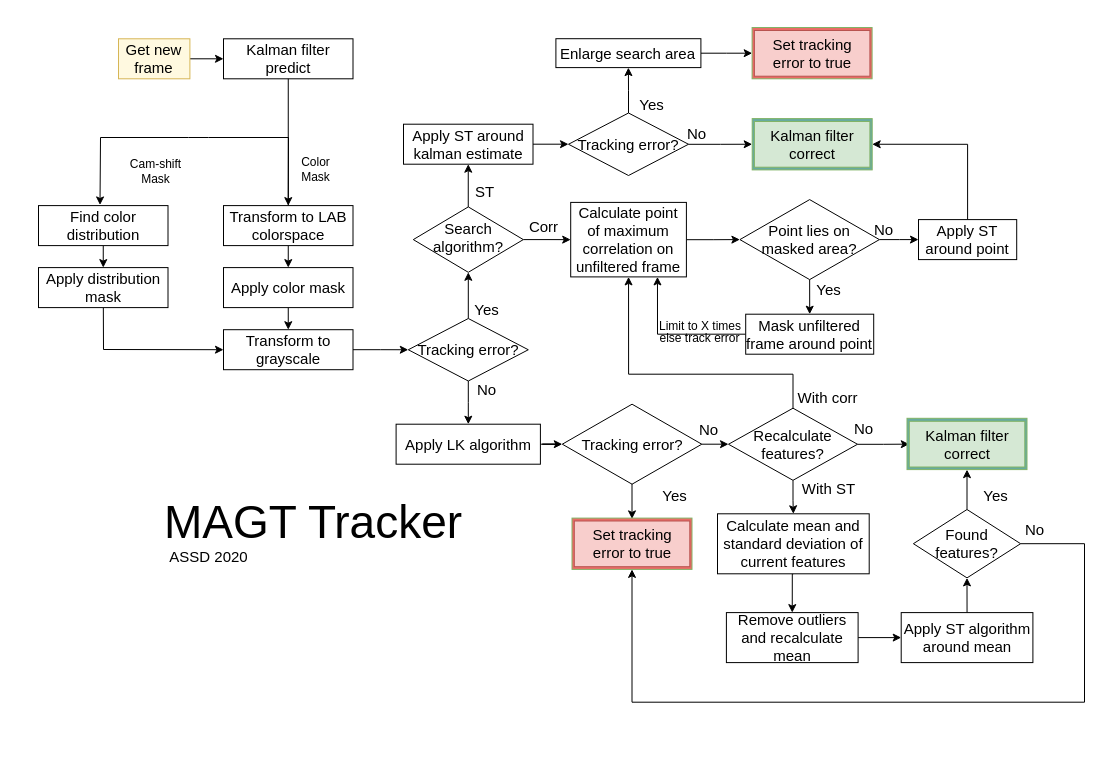
The draw.io diagram Flowchart.drawio in amechu/TP_FINAL_ASSD, before the edit. Source tidied: cells renumbered, new cells numbered last; positions are measured from the earlier drawing's top-left corner, leaving out a move shared by most shapes. Both pictures are drawn from the tidied source at 100%, with x=0, y=0 at pixel (38, 27).
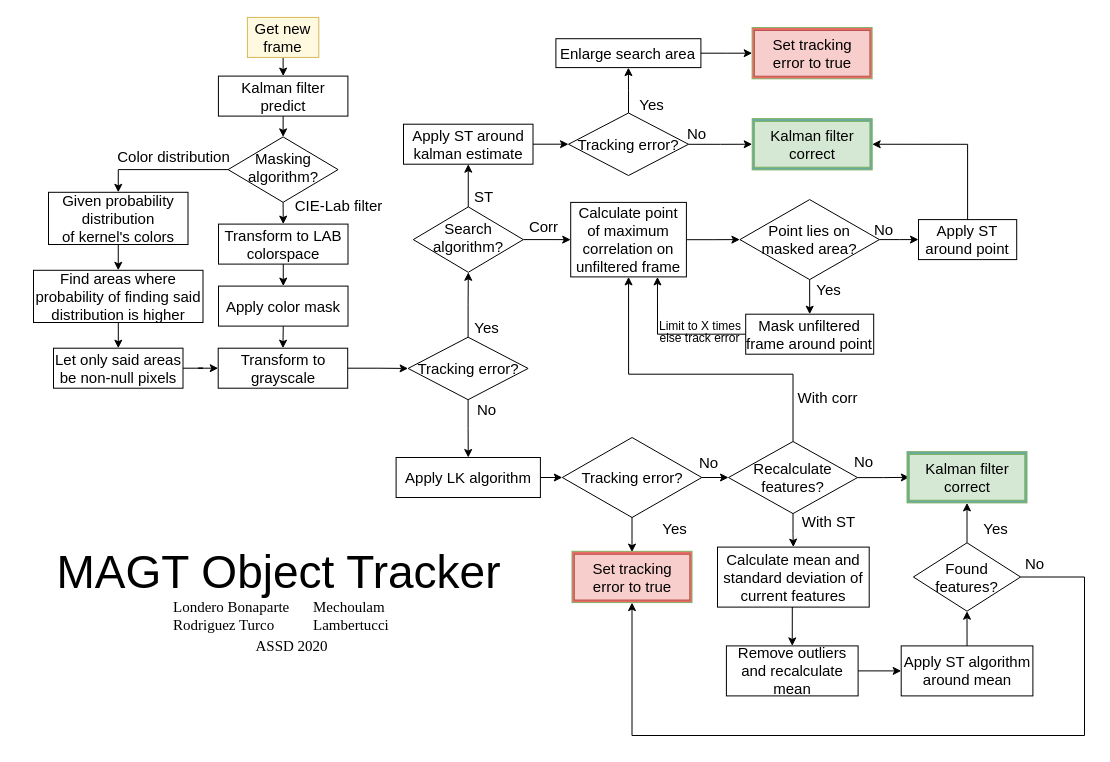
The same page after the edit.

Diff of the diagram source:
```diff
@@
-    <mxCell id="2" value="&lt;span style=&quot;font-size: 46px&quot;&gt;MAGT Tracker&lt;br&gt;&lt;br&gt;&lt;/span&gt;" style="html=1;shape=mxgraph.er.anchor;whiteSpace=wrap;" parent="1" vertex="1">
-      <mxGeometry x="100" y="495.7" width="350" height="54.7" as="geometry" />
+    <mxCell id="2" value="&lt;span style=&quot;font-size: 46px&quot;&gt;MAGT Object Tracker&lt;br&gt;&lt;br&gt;&lt;/span&gt;" style="html=1;shape=mxgraph.er.anchor;whiteSpace=wrap;" parent="1" vertex="1">
+      <mxGeometry x="-20.7" y="545.6" width="522.6" height="54.7" as="geometry" />
     </mxCell>
-    <mxCell id="3" style="edgeStyle=orthogonalEdgeStyle;rounded=0;jettySize=auto;html=1;exitX=1;exitY=0.5;exitDx=0;exitDy=0;entryX=0;entryY=0.5;entryDx=0;entryDy=0;endArrow=classic;endFill=1;fontSize=15;" parent="1" edge="1" source="4" target="10">
+    <mxCell id="3" style="edgeStyle=orthogonalEdgeStyle;rounded=0;jettySize=auto;html=1;exitX=0.5;exitY=1;exitDx=0;exitDy=0;entryX=0.5;entryY=0;entryDx=0;entryDy=0;endArrow=classic;endFill=1;fontSize=15;" parent="1" edge="1" source="4" target="10">
       <mxGeometry relative="1" as="geometry" />
     </mxCell>
     <mxCell id="4" value="Get new frame" style="whiteSpace=wrap;html=1;align=center;fontSize=15;strokeColor=#d6b656;fillColor=#FFF9E0;" parent="1" vertex="1">
-      <mxGeometry x="80" y="11.3" width="71.4" height="40" as="geometry" />
+      <mxGeometry x="208.9" y="-10.1" width="71.4" height="40" as="geometry" />
     </mxCell>
@@
-    <mxCell id="6" style="edgeStyle=none;rounded=0;jettySize=auto;html=1;exitX=0.5;exitY=0;exitDx=0;exitDy=0;entryX=0.475;entryY=-0.016;entryDx=0;entryDy=0;entryPerimeter=0;" parent="1" edge="1" source="7" target="82">
-      <mxGeometry relative="1" as="geometry">
-        <Array as="points">
-          <mxPoint x="250" y="110" />
-          <mxPoint x="170" y="110" />
-          <mxPoint x="150" y="110" />
-          <mxPoint x="62" y="110" />
-        </Array>
-      </mxGeometry>
-    </mxCell>
     <mxCell id="7" value="Transform to LAB colorspace" style="whiteSpace=wrap;html=1;align=center;fontSize=15;" parent="1" vertex="1">
-      <mxGeometry x="185" y="178.1" width="129.5" height="40" as="geometry" />
+      <mxGeometry x="180" y="196.6" width="129.5" height="40" as="geometry" />
     </mxCell>
-    <mxCell id="8" style="edgeStyle=orthogonalEdgeStyle;rounded=0;jettySize=auto;html=1;exitX=0.5;exitY=1;exitDx=0;exitDy=0;entryX=0.5;entryY=0;entryDx=0;entryDy=0;" parent="1" edge="1" source="9" target="12">
+    <mxCell id="8" style="edgeStyle=orthogonalEdgeStyle;rounded=0;jettySize=auto;html=1;exitX=0.5;exitY=1;exitDx=0;exitDy=0;entryX=0.5;entryY=0;entryDx=0;entryDy=0;endArrow=classic;endFill=1;" parent="1" edge="1" source="9" target="12">
       <mxGeometry relative="1" as="geometry" />
     </mxCell>
     <mxCell id="9" value="Apply color mask" style="whiteSpace=wrap;html=1;align=center;fontSize=15;" parent="1" vertex="1">
-      <mxGeometry x="185" y="240.1" width="129.5" height="40" as="geometry" />
+      <mxGeometry x="180" y="258.6" width="129.5" height="40" as="geometry" />
     </mxCell>
+    <mxCell id="88" style="edgeStyle=orthogonalEdgeStyle;rounded=0;jettySize=auto;html=1;exitX=0.5;exitY=1;exitDx=0;exitDy=0;entryX=0.5;entryY=0;entryDx=0;entryDy=0;" parent="1" edge="1" source="10" target="91">
+      <mxGeometry relative="1" as="geometry" />
+    </mxCell>
     <mxCell id="10" value="Kalman filter predict" style="whiteSpace=wrap;html=1;align=center;fontSize=15;" parent="1" vertex="1">
-      <mxGeometry x="185" y="11.3" width="129.5" height="40" as="geometry" />
+      <mxGeometry x="179.9" y="48.6" width="129.5" height="40" as="geometry" />
     </mxCell>
@@
     <mxCell id="12" value="Transform to grayscale" style="whiteSpace=wrap;html=1;align=center;fontSize=15;" parent="1" vertex="1">
-      <mxGeometry x="185" y="302.2" width="129.5" height="40" as="geometry" />
+      <mxGeometry x="179.7" y="320.7" width="129.5" height="40" as="geometry" />
     </mxCell>
@@
-    <mxCell id="14" style="edgeStyle=orthogonalEdgeStyle;rounded=0;jettySize=auto;html=1;entryX=0.5;entryY=0;entryDx=0;entryDy=0;" parent="1" edge="1" source="15">
-      <mxGeometry relative="1" as="geometry">
-        <mxPoint x="429.8" y="396.7" as="targetPoint" />
-      </mxGeometry>
+    <mxCell id="14" style="edgeStyle=orthogonalEdgeStyle;rounded=0;jettySize=auto;html=1;entryX=0.5;entryY=0;entryDx=0;entryDy=0;" parent="1" edge="1" source="15" target="43">
+      <mxGeometry relative="1" as="geometry" />
     </mxCell>
     <mxCell id="15" value="Tracking error?" style="shape=rhombus;perimeter=rhombusPerimeter;whiteSpace=wrap;html=1;align=center;fontSize=15;" parent="1" vertex="1">
-      <mxGeometry x="369.8" y="291" width="120" height="62.5" as="geometry" />
+      <mxGeometry x="369.6" y="309.7" width="120" height="62.5" as="geometry" />
     </mxCell>
     <mxCell id="16" value="Yes" style="text;html=1;align=center;verticalAlign=middle;fontSize=15;" parent="1" vertex="1">
-      <mxGeometry x="427.6" y="272.1" width="40" height="20" as="geometry" />
+      <mxGeometry x="427.6" y="289.7" width="40" height="20" as="geometry" />
     </mxCell>
     <mxCell id="17" value="No" style="text;html=1;align=center;verticalAlign=middle;fontSize=15;" parent="1" vertex="1">
-      <mxGeometry x="432.6" y="352.2" width="30" height="20" as="geometry" />
+      <mxGeometry x="432.6" y="372.2" width="30" height="20" as="geometry" />
     </mxCell>
@@
     <mxCell id="21" value="ST" style="text;html=1;align=center;verticalAlign=middle;fontSize=15;" parent="1" vertex="1">
-      <mxGeometry x="430.6" y="153.7" width="30" height="20" as="geometry" />
+      <mxGeometry x="429.6" y="159.4" width="30" height="20" as="geometry" />
     </mxCell>
@@
     <mxCell id="43" value="Apply LK algorithm" style="whiteSpace=wrap;html=1;align=center;fontSize=15;" parent="1" vertex="1">
-      <mxGeometry x="357.6" y="396.7" width="144.3" height="40" as="geometry" />
+      <mxGeometry x="357.6" y="430" width="144.3" height="40" as="geometry" />
     </mxCell>
     <mxCell id="44" style="edgeStyle=orthogonalEdgeStyle;rounded=0;orthogonalLoop=1;jettySize=auto;html=1;exitX=0.5;exitY=1;exitDx=0;exitDy=0;entryX=0.5;entryY=0;entryDx=0;entryDy=0;" parent="1" edge="1">
       <mxGeometry relative="1" as="geometry">
-        <mxPoint x="593.5" y="452.7" as="sourcePoint" />
-        <mxPoint x="593.5" y="491.4" as="targetPoint" />
+        <mxPoint x="593.5" y="486" as="sourcePoint" />
+        <mxPoint x="593.5" y="524.6" as="targetPoint" />
       </mxGeometry>
     </mxCell>
@@
     <mxCell id="46" value="Tracking error?" style="shape=rhombus;perimeter=rhombusPerimeter;whiteSpace=wrap;html=1;align=center;fontSize=15;" parent="1" vertex="1">
-      <mxGeometry x="523.8" y="376.7" width="139.5" height="80" as="geometry" />
+      <mxGeometry x="523.8" y="410" width="139.5" height="80" as="geometry" />
     </mxCell>
     <mxCell id="47" value="Yes" style="text;html=1;align=center;verticalAlign=middle;fontSize=15;" parent="1" vertex="1">
-      <mxGeometry x="616" y="457.7" width="40" height="20" as="geometry" />
+      <mxGeometry x="616" y="491" width="40" height="20" as="geometry" />
     </mxCell>
     <mxCell id="48" value="No" style="text;html=1;align=center;verticalAlign=middle;fontSize=15;" parent="1" vertex="1">
-      <mxGeometry x="654.6" y="391.7" width="30" height="20" as="geometry" />
+      <mxGeometry x="654.6" y="425" width="30" height="20" as="geometry" />
     </mxCell>
@@
     <mxCell id="52" value="Recalculate features?" style="shape=rhombus;perimeter=rhombusPerimeter;whiteSpace=wrap;html=1;align=center;fontSize=15;" parent="1" vertex="1">
-      <mxGeometry x="690" y="380.7" width="129" height="72.1" as="geometry" />
+      <mxGeometry x="690" y="414" width="129" height="72.1" as="geometry" />
     </mxCell>
@@
     <mxCell id="54" value="Calculate mean and standard deviation of current features" style="whiteSpace=wrap;html=1;align=center;fontSize=15;" parent="1" vertex="1">
-      <mxGeometry x="679" y="486.3" width="151.7" height="60" as="geometry" />
+      <mxGeometry x="679" y="519.6" width="151.7" height="60" as="geometry" />
     </mxCell>
@@
     <mxCell id="56" value="Remove outliers and recalculate mean" style="whiteSpace=wrap;html=1;align=center;fontSize=15;" parent="1" vertex="1">
-      <mxGeometry x="687.9" y="585.1" width="131.7" height="50" as="geometry" />
+      <mxGeometry x="687.9" y="618.4" width="131.7" height="50" as="geometry" />
     </mxCell>
@@
     <mxCell id="58" value="Apply ST algorithm around mean" style="whiteSpace=wrap;html=1;align=center;fontSize=15;" parent="1" vertex="1">
-      <mxGeometry x="862.7" y="585.1" width="131.7" height="50" as="geometry" />
+      <mxGeometry x="862.7" y="618.4" width="131.7" height="50" as="geometry" />
     </mxCell>
     <mxCell id="59" value="No" style="text;html=1;align=center;verticalAlign=middle;fontSize=15;" parent="1" vertex="1">
-      <mxGeometry x="810.4" y="390.8" width="30" height="20" as="geometry" />
+      <mxGeometry x="810.4" y="424.1" width="30" height="20" as="geometry" />
     </mxCell>
     <mxCell id="60" style="edgeStyle=orthogonalEdgeStyle;rounded=0;jettySize=auto;html=1;entryX=0.5;entryY=1;entryDx=0;entryDy=0;" parent="1" edge="1" source="62" target="73">
       <mxGeometry relative="1" as="geometry">
         <Array as="points">
-          <mxPoint x="1046" y="516.7" />
-          <mxPoint x="1046" y="674.7" />
-          <mxPoint x="594" y="674.7" />
+          <mxPoint x="1046" y="550" />
+          <mxPoint x="1046" y="708" />
+          <mxPoint x="594" y="708" />
         </Array>
       </mxGeometry>
     </mxCell>
@@
     <mxCell id="62" value="Found features?" style="shape=rhombus;perimeter=rhombusPerimeter;whiteSpace=wrap;html=1;align=center;fontSize=15;" parent="1" vertex="1">
-      <mxGeometry x="874.9" y="482" width="107.2" height="68.4" as="geometry" />
+      <mxGeometry x="874.9" y="515.3" width="107.2" height="68.4" as="geometry" />
     </mxCell>
     <mxCell id="63" value="With ST" style="text;html=1;align=center;verticalAlign=middle;fontSize=15;" parent="1" vertex="1">
-      <mxGeometry x="754.7" y="450.7" width="70" height="20" as="geometry" />
+      <mxGeometry x="754.7" y="484" width="70" height="20" as="geometry" />
     </mxCell>
     <mxCell id="64" value="Yes" style="text;html=1;align=center;verticalAlign=middle;fontSize=15;" parent="1" vertex="1">
-      <mxGeometry x="937.2" y="457.7" width="40" height="20" as="geometry" />
+      <mxGeometry x="937.2" y="491" width="40" height="20" as="geometry" />
     </mxCell>
     <mxCell id="65" value="No" style="text;html=1;align=center;verticalAlign=middle;fontSize=15;" parent="1" vertex="1">
-      <mxGeometry x="981.2" y="492.4" width="30" height="20" as="geometry" />
+      <mxGeometry x="981.2" y="525.6" width="30" height="20" as="geometry" />
     </mxCell>
@@
     <mxCell id="71" style="rounded=0;whiteSpace=wrap;html=1;strokeColor=#82b366;fillColor=#67AB9F;" parent="1" vertex="1">
-      <mxGeometry x="868.5" y="390.8" width="120" height="51.3" as="geometry" />
+      <mxGeometry x="868.5" y="424.1" width="120" height="51.3" as="geometry" />
     </mxCell>
     <mxCell id="72" value="Kalman filter correct" style="whiteSpace=wrap;html=1;align=center;fontSize=15;fillColor=#d5e8d4;strokeColor=#82b366;" parent="1" vertex="1">
-      <mxGeometry x="870.8" y="393.8" width="115.5" height="45.7" as="geometry" />
+      <mxGeometry x="870.8" y="427" width="115.5" height="45.7" as="geometry" />
     </mxCell>
     <mxCell id="73" style="rounded=0;whiteSpace=wrap;html=1;strokeColor=#82b366;fillColor=#EA6B66;" parent="1" vertex="1">
-      <mxGeometry x="533.5" y="490.6" width="120" height="51.3" as="geometry" />
+      <mxGeometry x="533.5" y="523.8" width="120" height="51.3" as="geometry" />
     </mxCell>
     <mxCell id="74" value="Set tracking error to true" style="whiteSpace=wrap;html=1;align=center;fontSize=15;fillColor=#f8cecc;strokeColor=#b85450;" parent="1" vertex="1">
-      <mxGeometry x="535.8" y="493.5" width="115.5" height="45.7" as="geometry" />
+      <mxGeometry x="535.8" y="526.8" width="115.5" height="45.7" as="geometry" />
     </mxCell>
@@
-    <mxCell id="77" value="&lt;font style=&quot;font-size: 15px&quot;&gt;ASSD 2020&lt;/font&gt;" style="text;html=1;align=center;verticalAlign=middle;" parent="1" vertex="1">
-      <mxGeometry x="125" y="519.3" width="90" height="20" as="geometry" />
+    <mxCell id="77" value="&lt;font style=&quot;font-size: 15px&quot; face=&quot;Times New Roman&quot;&gt;ASSD 2020&lt;/font&gt;" style="text;html=1;align=center;verticalAlign=middle;" parent="1" vertex="1">
+      <mxGeometry x="207.6" y="608.2" width="90" height="20" as="geometry" />
     </mxCell>
@@
-    <mxCell id="80" style="edgeStyle=orthogonalEdgeStyle;rounded=0;jettySize=auto;html=1;exitX=0.5;exitY=1;exitDx=0;exitDy=0;entryX=0.5;entryY=0;entryDx=0;entryDy=0;" parent="1" edge="1" source="10" target="7">
-      <mxGeometry relative="1" as="geometry" />
-    </mxCell>
-    <mxCell id="81" style="edgeStyle=none;rounded=0;jettySize=auto;html=1;entryX=0.5;entryY=0;entryDx=0;entryDy=0;" parent="1" edge="1" source="82" target="85">
-      <mxGeometry relative="1" as="geometry" />
-    </mxCell>
-    <mxCell id="82" value="Find color distribution" style="whiteSpace=wrap;html=1;align=center;fontSize=15;" parent="1" vertex="1">
-      <mxGeometry y="178.1" width="129.5" height="40" as="geometry" />
-    </mxCell>
-    <mxCell id="83" style="edgeStyle=none;rounded=0;jettySize=auto;html=1;" parent="1" edge="1" source="85">
-      <mxGeometry relative="1" as="geometry">
-        <mxPoint x="64.8" y="240" as="targetPoint" />
-      </mxGeometry>
-    </mxCell>
-    <mxCell id="84" style="edgeStyle=none;rounded=0;jettySize=auto;html=1;entryX=0;entryY=0.5;entryDx=0;entryDy=0;" parent="1" edge="1" source="85" target="12">
-      <mxGeometry relative="1" as="geometry">
-        <Array as="points">
-          <mxPoint x="65" y="322" />
-        </Array>
-      </mxGeometry>
-    </mxCell>
-    <mxCell id="85" value="Apply distribution mask" style="whiteSpace=wrap;html=1;align=center;fontSize=15;" parent="1" vertex="1">
-      <mxGeometry y="240.1" width="129.5" height="40" as="geometry" />
-    </mxCell>
-    <mxCell id="86" value="Cam-shift &lt;br&gt;Mask&lt;br&gt;" style="text;html=1;strokeColor=none;fillColor=none;align=center;verticalAlign=middle;whiteSpace=wrap;rounded=0;" parent="1" vertex="1">
-      <mxGeometry x="60" y="133.7" width="115" height="20" as="geometry" />
-    </mxCell>
-    <mxCell id="87" value="Color Mask" style="text;html=1;strokeColor=none;fillColor=none;align=center;verticalAlign=middle;whiteSpace=wrap;rounded=0;" parent="1" vertex="1">
-      <mxGeometry x="255" y="130" width="45" height="23.7" as="geometry" />
-    </mxCell>
+    <mxCell id="89" style="edgeStyle=orthogonalEdgeStyle;rounded=0;jettySize=auto;html=1;exitX=0.5;exitY=1;exitDx=0;exitDy=0;entryX=0.5;entryY=0;entryDx=0;entryDy=0;" parent="1" edge="1" source="91" target="7">
+      <mxGeometry relative="1" as="geometry" />
+    </mxCell>
+    <mxCell id="90" style="edgeStyle=orthogonalEdgeStyle;rounded=0;jettySize=auto;html=1;exitX=0;exitY=0.5;exitDx=0;exitDy=0;entryX=0.5;entryY=0;entryDx=0;entryDy=0;" parent="1" edge="1" source="91" target="94">
+      <mxGeometry relative="1" as="geometry" />
+    </mxCell>
+    <mxCell id="91" style="shape=rhombus;perimeter=rhombusPerimeter;whiteSpace=wrap;html=1;align=center;fontSize=15;" parent="1" vertex="1">
+      <mxGeometry x="189.6" y="109.4" width="110" height="65.4" as="geometry" />
+    </mxCell>
+    <mxCell id="92" value="&lt;font style=&quot;font-size: 15px&quot;&gt;Masking algorithm?&lt;/font&gt;" style="text;html=1;strokeColor=none;fillColor=none;align=center;verticalAlign=middle;whiteSpace=wrap;rounded=0;" parent="1" vertex="1">
+      <mxGeometry x="214.5" y="130.1" width="60" height="20" as="geometry" />
+    </mxCell>
+    <mxCell id="93" style="edgeStyle=orthogonalEdgeStyle;rounded=0;jettySize=auto;html=1;exitX=0.5;exitY=1;exitDx=0;exitDy=0;entryX=0.5;entryY=0;entryDx=0;entryDy=0;" parent="1" edge="1" source="94" target="98">
+      <mxGeometry relative="1" as="geometry" />
+    </mxCell>
+    <mxCell id="94" value="Given probability distribution of&amp;nbsp;kernel's colors" style="whiteSpace=wrap;html=1;align=center;fontSize=15;" parent="1" vertex="1">
+      <mxGeometry x="10" y="164.8" width="139.5" height="52.2" as="geometry" />
+    </mxCell>
+    <mxCell id="95" style="edgeStyle=orthogonalEdgeStyle;rounded=0;jettySize=auto;html=1;entryX=0;entryY=0.5;entryDx=0;entryDy=0;endArrow=classic;endFill=1;" parent="1" edge="1" source="96" target="12">
+      <mxGeometry relative="1" as="geometry" />
+    </mxCell>
+    <mxCell id="96" value="Let only said areas be non-null pixels" style="whiteSpace=wrap;html=1;align=center;fontSize=15;" parent="1" vertex="1">
+      <mxGeometry x="15" y="320.7" width="129.5" height="40" as="geometry" />
+    </mxCell>
+    <mxCell id="97" style="edgeStyle=orthogonalEdgeStyle;rounded=0;jettySize=auto;html=1;entryX=0.5;entryY=0;entryDx=0;entryDy=0;" parent="1" edge="1" source="98" target="96">
+      <mxGeometry relative="1" as="geometry" />
+    </mxCell>
+    <mxCell id="98" value="Find areas where probability of finding said distribution is higher" style="whiteSpace=wrap;html=1;align=center;fontSize=15;" parent="1" vertex="1">
+      <mxGeometry x="-5" y="242.8" width="169.5" height="52.2" as="geometry" />
+    </mxCell>
+    <mxCell id="99" value="&lt;div&gt;&lt;span style=&quot;font-size: 15px&quot;&gt;&lt;font face=&quot;Times New Roman&quot;&gt;Mechoulam&lt;/font&gt;&lt;/span&gt;&lt;/div&gt;&lt;font style=&quot;text-align: center ; font-size: 15px&quot; face=&quot;Times New Roman&quot;&gt;&lt;div style=&quot;text-align: left&quot;&gt;Lambertucci&lt;/div&gt;&lt;/font&gt;" style="text;html=1;align=left;verticalAlign=middle;" parent="1" vertex="1">
+      <mxGeometry x="272.6" y="573.2" width="90" height="30" as="geometry" />
+    </mxCell>
+    <mxCell id="100" value="&lt;div&gt;&lt;font face=&quot;Times New Roman&quot;&gt;&lt;span style=&quot;font-size: 15px&quot;&gt;Londero Bonaparte&lt;/span&gt;&lt;/font&gt;&lt;/div&gt;&lt;div&gt;&lt;font face=&quot;Times New Roman&quot;&gt;&lt;span style=&quot;font-size: 15px&quot;&gt;Rodriguez Turco&lt;/span&gt;&lt;/font&gt;&lt;/div&gt;" style="text;html=1;align=left;verticalAlign=middle;" parent="1" vertex="1">
+      <mxGeometry x="132.6" y="568.2" width="130" height="40" as="geometry" />
+    </mxCell>
+    <mxCell id="101" value="Color distribution" style="text;html=1;align=center;verticalAlign=middle;fontSize=15;" parent="1" vertex="1">
+      <mxGeometry x="70" y="119.3" width="130" height="20" as="geometry" />
+    </mxCell>
+    <mxCell id="102" value="CIE-Lab filter" style="text;html=1;align=center;verticalAlign=middle;fontSize=15;" parent="1" vertex="1">
+      <mxGeometry x="250" y="168.2" width="100" height="20" as="geometry" />
+    </mxCell>
```
